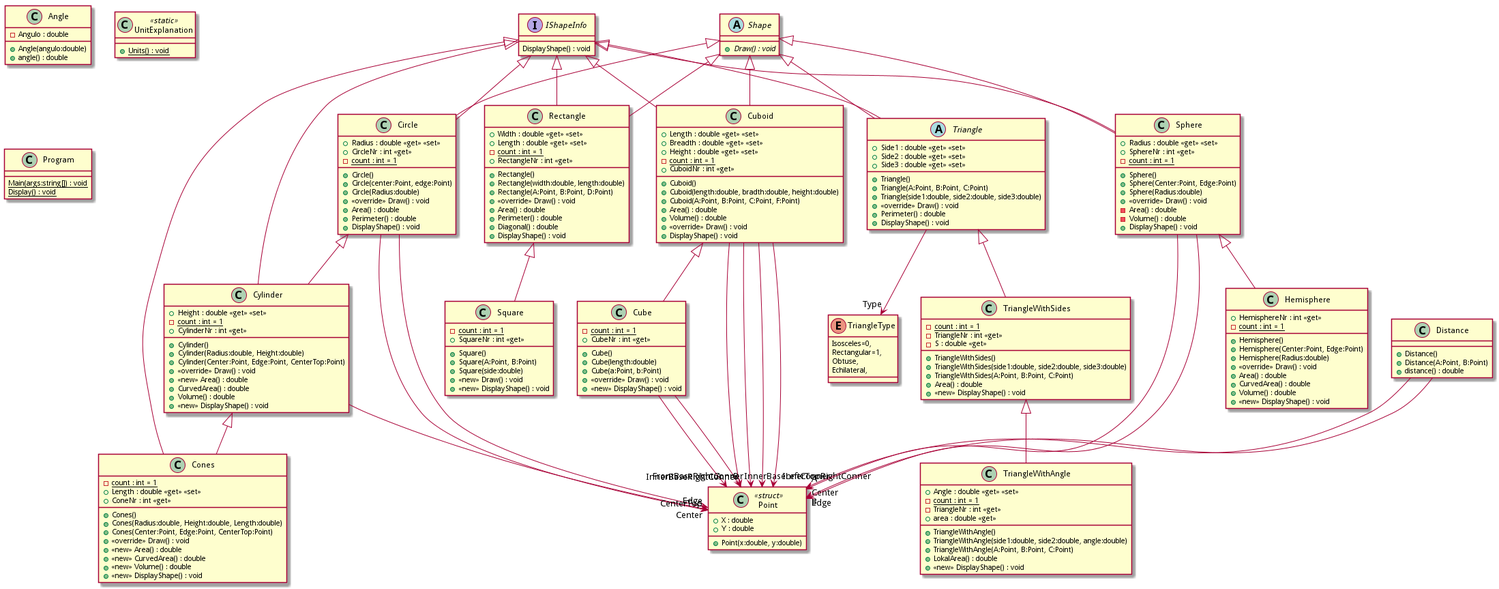
Earlier version of the PlantUML export Shapes/include.png (mmachel/Shapes).
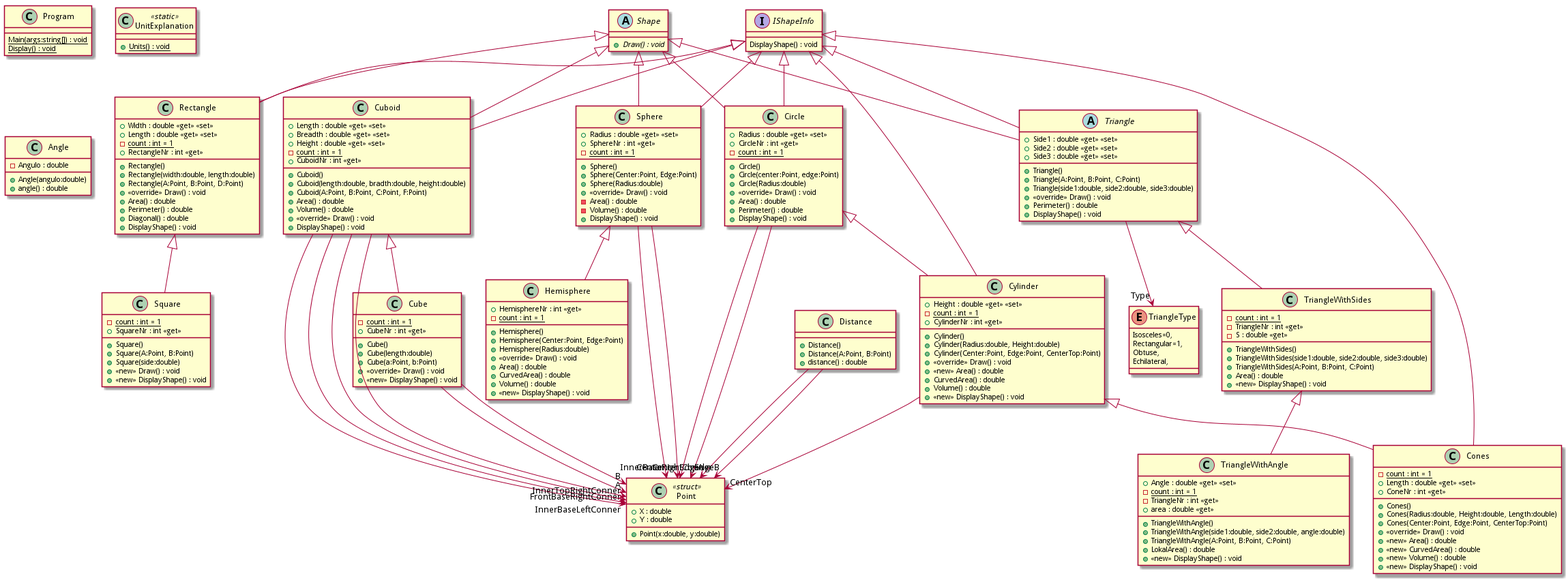
After the change.

Commit message:
Add new class diagramm

What changed in the source:
```diff
@@ -1,54 +1,13 @@
 @startuml
-class Distance {
-    + Distance()
-    + Distance(A:Point, B:Point)
-    + distance() : double
+abstract class Shape {
+    + {abstract} Draw() : void
 }
-Distance --> "A" Point
-Distance --> "B" Point
-class Circle {
-    + Radius : double <<get>> <<set>>
-    + CircleNr : int <<get>>
-    - {static} count : int = 1
-    + Circle()
-    + Circle(center:Point, edge:Point)
-    + Circle(Radius:double)
-    + <<override>> Draw() : void
-    + Area() : double
-    + Perimeter() : double
-    + DisplayShape() : void
+enum TriangleType {
+    Isosceles=0,
+    Rectangular=1,
+    Obtuse,
+    Echilateral,
 }
-Shape <|-- Circle
-IShapeInfo <|-- Circle
-Circle --> "Center" Point
-Circle --> "Edge" Point
-class Cylinder {
-    + Height : double <<get>> <<set>>
-    - {static} count : int = 1
-    + CylinderNr : int <<get>>
-    + Cylinder()
-    + Cylinder(Radius:double, Height:double)
-    + Cylinder(Center:Point, Edge:Point, CenterTop:Point)
-    + <<override>> Draw() : void
-    + <<new>> Area() : double
-    + CurvedArea() : double
-    + Volume() : double
-    + <<new>> DisplayShape() : void
-}
-Circle <|-- Cylinder
-IShapeInfo <|-- Cylinder
-Cylinder --> "CenterTop" Point
-class TriangleWithSides {
-    - {static} count : int = 1
-    - TriangleNr : int <<get>>
-    + TriangleWithSides()
-    + TriangleWithSides(side1:double, side2:double, side3:double)
-    + TriangleWithSides(A:Point, B:Point, C:Point)
-    - S : double <<get>>
-    + Area() : double
-    + <<new>> DisplayShape() : void
-}
-Triangle <|-- TriangleWithSides
 class Cube {
     - {static} count : int = 1
     + CubeNr : int <<get>>
@@ -61,24 +20,45 @@
 Cuboid <|-- Cube
 Cube --> "A" Point
 Cube --> "B" Point
-class Angle {
-    - Angulo : double
-    + Angle(angulo:double)
-    + angle() : double
+class Program {
+    {static} Main(args:string[]) : void
+    {static} Display() : void
 }
-class Hemisphere {
-    + HemisphereNr : int <<get>>
+class Point <<struct>> {
+    + X : double
+    + Y : double
+    + Point(x:double, y:double)
+}
+class Distance {
+    + Distance()
+    + Distance(A:Point, B:Point)
+    + distance() : double
+}
+Distance --> "A" Point
+Distance --> "B" Point
+class TriangleWithSides {
     - {static} count : int = 1
-    + Hemisphere()
-    + Hemisphere(Center:Point, Edge:Point)
-    + Hemisphere(Radius:double)
-    + <<override>> Draw() : void
+    - TriangleNr : int <<get>>
+    + TriangleWithSides()
+    + TriangleWithSides(side1:double, side2:double, side3:double)
+    + TriangleWithSides(A:Point, B:Point, C:Point)
+    - S : double <<get>>
     + Area() : double
-    + CurvedArea() : double
-    + Volume() : double
     + <<new>> DisplayShape() : void
 }
-Sphere <|-- Hemisphere
+Triangle <|-- TriangleWithSides
+class TriangleWithAngle {
+    + Angle : double <<get>> <<set>>
+    - {static} count : int = 1
+    - TriangleNr : int <<get>>
+    + TriangleWithAngle()
+    + TriangleWithAngle(side1:double, side2:double, angle:double)
+    + TriangleWithAngle(A:Point, B:Point, C:Point)
+    + LokalArea() : double
+    + area : double <<get>>
+    + <<new>> DisplayShape() : void
+}
+TriangleWithSides <|-- TriangleWithAngle
 class Rectangle {
     + Width : double <<get>> <<set>>
     + Length : double <<get>> <<set>>
@@ -95,26 +75,6 @@
 }
 Shape <|-- Rectangle
 IShapeInfo <|-- Rectangle
-class UnitExplanation <<static>> {
-    + {static} Units() : void
-}
-interface IShapeInfo {
-    DisplayShape() : void
-}
-abstract class Triangle {
-    + Side1 : double <<get>> <<set>>
-    + Side2 : double <<get>> <<set>>
-    + Side3 : double <<get>> <<set>>
-    + Triangle()
-    + Triangle(A:Point, B:Point, C:Point)
-    + Triangle(side1:double, side2:double, side3:double)
-    + <<override>> Draw() : void
-    + Perimeter() : double
-    + DisplayShape() : void
-}
-Shape <|-- Triangle
-IShapeInfo <|-- Triangle
-Triangle --> "Type" TriangleType
 class Cuboid {
     + Length : double <<get>> <<set>>
     + Breadth : double <<get>> <<set>>
@@ -135,6 +95,51 @@
 Cuboid --> "FrontBaseRightConner" Point
 Cuboid --> "InnerBaseRightConner" Point
 Cuboid --> "InnerTopRightConner" Point
+class Hemisphere {
+    + HemisphereNr : int <<get>>
+    - {static} count : int = 1
+    + Hemisphere()
+    + Hemisphere(Center:Point, Edge:Point)
+    + Hemisphere(Radius:double)
+    + <<override>> Draw() : void
+    + Area() : double
+    + CurvedArea() : double
+    + Volume() : double
+    + <<new>> DisplayShape() : void
+}
+Sphere <|-- Hemisphere
+class UnitExplanation <<static>> {
+    + {static} Units() : void
+}
+class Square {
+    - {static} count : int = 1
+    + SquareNr : int <<get>>
+    + Square()
+    + Square(A:Point, B:Point)
+    + Square(side:double)
+    + <<new>> Draw() : void
+    + <<new>> DisplayShape() : void
+}
+Rectangle <|-- Square
+class Cylinder {
+    + Height : double <<get>> <<set>>
+    - {static} count : int = 1
+    + CylinderNr : int <<get>>
+    + Cylinder()
+    + Cylinder(Radius:double, Height:double)
+    + Cylinder(Center:Point, Edge:Point, CenterTop:Point)
+    + <<override>> Draw() : void
+    + <<new>> Area() : double
+    + CurvedArea() : double
+    + Volume() : double
+    + <<new>> DisplayShape() : void
+}
+Circle <|-- Cylinder
+IShapeInfo <|-- Cylinder
+Cylinder --> "CenterTop" Point
+interface IShapeInfo {
+    DisplayShape() : void
+}
 class Cones {
     - {static} count : int = 1
     + Length : double <<get>> <<set>>
@@ -150,6 +155,41 @@
 }
 Cylinder <|-- Cones
 IShapeInfo <|-- Cones
+class Angle {
+    - Angulo : double
+    + Angle(angulo:double)
+    + angle() : double
+}
+class Circle {
+    + Radius : double <<get>> <<set>>
+    + CircleNr : int <<get>>
+    - {static} count : int = 1
+    + Circle()
+    + Circle(center:Point, edge:Point)
+    + Circle(Radius:double)
+    + <<override>> Draw() : void
+    + Area() : double
+    + Perimeter() : double
+    + DisplayShape() : void
+}
+Shape <|-- Circle
+IShapeInfo <|-- Circle
+Circle --> "Center" Point
+Circle --> "Edge" Point
+abstract class Triangle {
+    + Side1 : double <<get>> <<set>>
+    + Side2 : double <<get>> <<set>>
+    + Side3 : double <<get>> <<set>>
+    + Triangle()
+    + Triangle(A:Point, B:Point, C:Point)
+    + Triangle(side1:double, side2:double, side3:double)
+    + <<override>> Draw() : void
+    + Perimeter() : double
+    + DisplayShape() : void
+}
+Shape <|-- Triangle
+IShapeInfo <|-- Triangle
+Triangle --> "Type" TriangleType
 class Sphere {
     + Radius : double <<get>> <<set>>
     + SphereNr : int <<get>>
@@ -166,44 +206,4 @@
 IShapeInfo <|-- Sphere
 Sphere --> "Center" Point
 Sphere --> "Edge" Point
-enum TriangleType {
-    Isosceles=0,
-    Rectangular=1,
-    Obtuse,
-    Echilateral,
-}
-class TriangleWithAngle {
-    + Angle : double <<get>> <<set>>
-    - {static} count : int = 1
-    - TriangleNr : int <<get>>
-    + TriangleWithAngle()
-    + TriangleWithAngle(side1:double, side2:double, angle:double)
-    + TriangleWithAngle(A:Point, B:Point, C:Point)
-    + LokalArea() : double
-    + area : double <<get>>
-    + <<new>> DisplayShape() : void
-}
-TriangleWithSides <|-- TriangleWithAngle
-class Program {
-    {static} Main(args:string[]) : void
-    {static} Display() : void
-}
-abstract class Shape {
-    + {abstract} Draw() : void
-}
-class Square {
-    - {static} count : int = 1
-    + SquareNr : int <<get>>
-    + Square()
-    + Square(A:Point, B:Point)
-    + Square(side:double)
-    + <<new>> Draw() : void
-    + <<new>> DisplayShape() : void
-}
-Rectangle <|-- Square
-class Point <<struct>> {
-    + X : double
-    + Y : double
-    + Point(x:double, y:double)
-}
 @enduml
```
